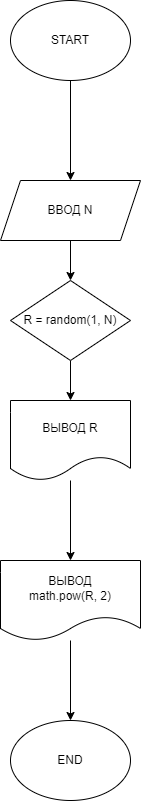
This is ex001.drawio.png from krig-ol/practice, a draw.io export, as it was before one commit. Source tidied: cells renumbered, new cells last; positions are measured from the earlier drawing's top-left corner, leaving out a move shared by most shapes.
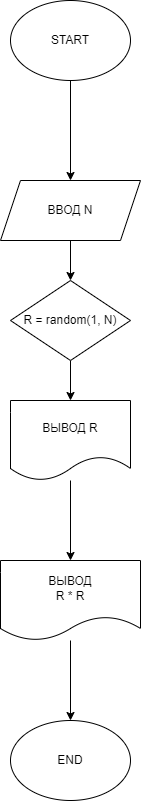
The same file after the commit.

Commit message:
Изменен файл ex002.drawio.png

The edit, as a diff of the source:
```diff
@@ -32,7 +32,7 @@
     <mxCell id="11" style="edgeStyle=none;html=1;" parent="1" edge="1" source="12" target="10">
       <mxGeometry relative="1" as="geometry" />
     </mxCell>
-    <mxCell id="12" value="ВЫВОД&lt;br&gt;math.pow(R, 2)" style="shape=document;whiteSpace=wrap;html=1;boundedLbl=1;" parent="1" vertex="1">
+    <mxCell id="12" value="ВЫВОД&lt;br&gt;R * R" style="shape=document;whiteSpace=wrap;html=1;boundedLbl=1;" parent="1" vertex="1">
       <mxGeometry y="560" width="140" height="80" as="geometry" />
     </mxCell>
   </root>
```
